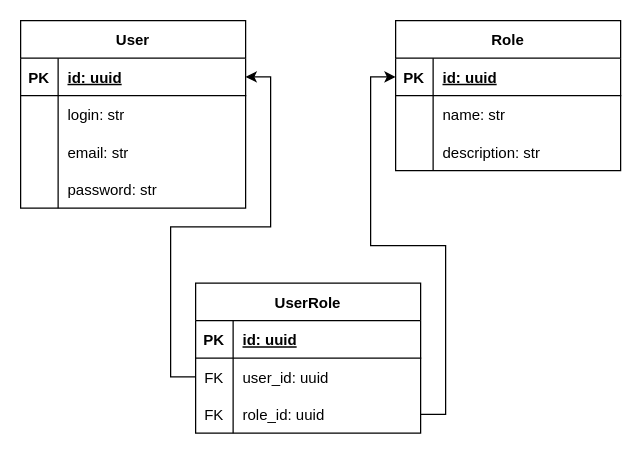
cement-hools/Auth_sprint_1 keeps this draw.io diagram as schemas/db.drawio. Above is the earlier version. Source tidied: cells renumbered, new cells numbered last; positions are measured from the earlier drawing's top-left corner, leaving out a move shared by most shapes. Both pictures are drawn from the tidied source at 125%, with x=0, y=0 at pixel (20, 20).
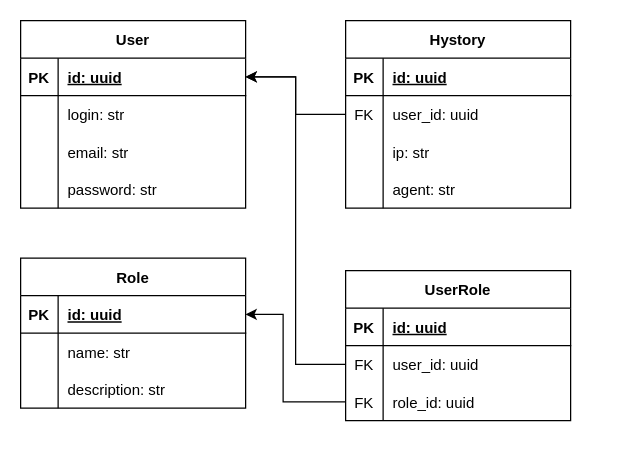
Above is the later version.

Commit message:
Добавил таблицу history

Unchanged cells that the change refers to:
```xml
<mxCell id="3" style="shape=tableRow;horizontal=0;startSize=0;swimlaneHead=0;swimlaneBody=0;fillColor=none;points=[[0,0.5],[1,0.5]];portConstraint=eastwest;top=0;left=0;right=0;bottom=1;" parent="2" vertex="1">
  <mxGeometry y="30" width="180" height="30" as="geometry" />
</mxCell>
<mxCell id="16" style="shape=tableRow;horizontal=0;startSize=0;swimlaneHead=0;swimlaneBody=0;fillColor=none;points=[[0,0.5],[1,0.5]];portConstraint=eastwest;top=0;left=0;right=0;bottom=1;" parent="15" vertex="1">
  <mxGeometry y="30" width="180" height="30" as="geometry" />
</mxCell>
<mxCell id="32" style="shape=tableRow;horizontal=0;startSize=0;swimlaneHead=0;swimlaneBody=0;fillColor=none;points=[[0,0.5],[1,0.5]];portConstraint=eastwest;top=0;left=0;right=0;bottom=0;" parent="25" vertex="1">
  <mxGeometry y="90" width="180" height="30" as="geometry" />
</mxCell>
```

What changed in the source:
```diff
@@
     <mxCell id="15" value="Role" style="shape=table;startSize=30;childLayout=tableLayout;rowLines=0;fontStyle=1;align=center;" parent="1" vertex="1">
-      <mxGeometry x="300" width="180" height="120" as="geometry" />
+      <mxGeometry y="190" width="180" height="120" as="geometry" />
     </mxCell>
@@
     <mxCell id="25" value="UserRole" style="shape=table;startSize=30;childLayout=tableLayout;rowLines=0;fontStyle=1;align=center;" parent="1" vertex="1">
-      <mxGeometry x="140" y="210" width="180" height="120" as="geometry" />
+      <mxGeometry x="260" y="200" width="180" height="120" as="geometry" />
     </mxCell>
@@
-    <mxCell id="36" style="edgeStyle=orthogonalEdgeStyle;rounded=0;jettySize=auto;html=1;exitX=1;exitY=0.5;exitDx=0;exitDy=0;entryX=0;entryY=0.5;entryDx=0;entryDy=0;" parent="1" edge="1" source="32" target="16">
-      <mxGeometry relative="1" as="geometry" />
+    <mxCell id="36" style="edgeStyle=orthogonalEdgeStyle;rounded=0;jettySize=auto;html=1;entryX=1;entryY=0.5;entryDx=0;entryDy=0;exitX=0;exitY=0.5;exitDx=0;exitDy=0;" parent="1" edge="1" source="32" target="16">
+      <mxGeometry relative="1" as="geometry">
+        <Array as="points">
+          <mxPoint x="210" y="305" />
+          <mxPoint x="210" y="235" />
+        </Array>
+      </mxGeometry>
     </mxCell>
+    <mxCell id="37" value="Hystory" style="shape=table;startSize=30;childLayout=tableLayout;rowLines=0;fontStyle=1;align=center;strokeWidth=1;flipH=0;flipV=0;direction=east;" parent="1" vertex="1">
+      <mxGeometry x="260" width="180" height="150" as="geometry" />
+    </mxCell>
+    <mxCell id="38" style="shape=tableRow;horizontal=0;startSize=0;swimlaneHead=0;swimlaneBody=0;fillColor=none;top=0;left=0;right=0;bottom=1;" parent="37" vertex="1">
+      <mxGeometry y="30" width="180" height="30" as="geometry" />
+    </mxCell>
+    <mxCell id="39" value="PK" style="shape=partialRectangle;fillColor=none;top=0;left=0;bottom=0;right=0;fontStyle=1;overflow=hidden;" parent="38" vertex="1">
+      <mxGeometry width="30" height="30" as="geometry" />
+    </mxCell>
+    <mxCell id="40" value="id: uuid" style="shape=partialRectangle;fillColor=none;top=0;left=0;bottom=0;right=0;align=left;spacingLeft=6;fontStyle=5;overflow=hidden;" parent="38" vertex="1">
+      <mxGeometry x="30" width="150" height="30" as="geometry" />
+    </mxCell>
+    <mxCell id="41" style="shape=tableRow;horizontal=0;startSize=0;swimlaneHead=0;swimlaneBody=0;fillColor=none;points=[[0,0.5],[1,0.5]];portConstraint=eastwest;top=0;left=0;right=0;bottom=0;" parent="37" vertex="1">
+      <mxGeometry y="60" width="180" height="30" as="geometry" />
+    </mxCell>
+    <mxCell id="42" value="FK" style="shape=partialRectangle;fillColor=none;top=0;left=0;bottom=0;right=0;overflow=hidden;" parent="41" vertex="1">
+      <mxGeometry width="30" height="30" as="geometry" />
+    </mxCell>
+    <mxCell id="43" value="user_id: uuid" style="shape=partialRectangle;top=0;left=0;bottom=0;right=0;align=left;spacingLeft=6;overflow=hidden;fillColor=none;sketch=0;shadow=0;" parent="41" vertex="1">
+      <mxGeometry x="30" width="150" height="30" as="geometry" />
+    </mxCell>
+    <mxCell id="44" style="shape=tableRow;horizontal=0;startSize=0;swimlaneHead=0;swimlaneBody=0;fillColor=none;top=0;left=0;right=0;bottom=0;" parent="37" vertex="1">
+      <mxGeometry y="90" width="180" height="30" as="geometry" />
+    </mxCell>
+    <mxCell id="45" style="shape=partialRectangle;fillColor=none;top=0;left=0;bottom=0;right=0;overflow=hidden;" parent="44" vertex="1">
+      <mxGeometry width="30" height="30" as="geometry" />
+    </mxCell>
+    <mxCell id="46" value="ip: str" style="shape=partialRectangle;fillColor=none;top=0;left=0;bottom=0;right=0;align=left;spacingLeft=6;overflow=hidden;" parent="44" vertex="1">
+      <mxGeometry x="30" width="150" height="30" as="geometry" />
+    </mxCell>
+    <mxCell id="47" style="shape=tableRow;horizontal=0;startSize=0;swimlaneHead=0;swimlaneBody=0;fillColor=none;top=0;left=0;right=0;bottom=0;" parent="37" vertex="1">
+      <mxGeometry y="120" width="180" height="30" as="geometry" />
+    </mxCell>
+    <mxCell id="48" style="shape=partialRectangle;fillColor=none;top=0;left=0;bottom=0;right=0;overflow=hidden;" parent="47" vertex="1">
+      <mxGeometry width="30" height="30" as="geometry" />
+    </mxCell>
+    <mxCell id="49" style="shape=partialRectangle;fillColor=none;top=0;left=0;bottom=0;right=0;align=left;spacingLeft=6;overflow=hidden;" parent="47" vertex="1">
+      <mxGeometry x="30" width="150" height="30" as="geometry" />
+    </mxCell>
+    <mxCell id="50" style="edgeStyle=orthogonalEdgeStyle;rounded=0;jettySize=auto;html=1;exitX=0;exitY=0.5;exitDx=0;exitDy=0;entryX=1;entryY=0.5;entryDx=0;entryDy=0;" parent="1" edge="1" source="41" target="3">
+      <mxGeometry relative="1" as="geometry" />
+    </mxCell>
+    <mxCell id="51" value="agent: str" style="shape=partialRectangle;fillColor=none;top=0;left=0;bottom=0;right=0;align=left;spacingLeft=6;overflow=hidden;" parent="1" vertex="1">
+      <mxGeometry x="290" y="120" width="150" height="30" as="geometry" />
+    </mxCell>
```
